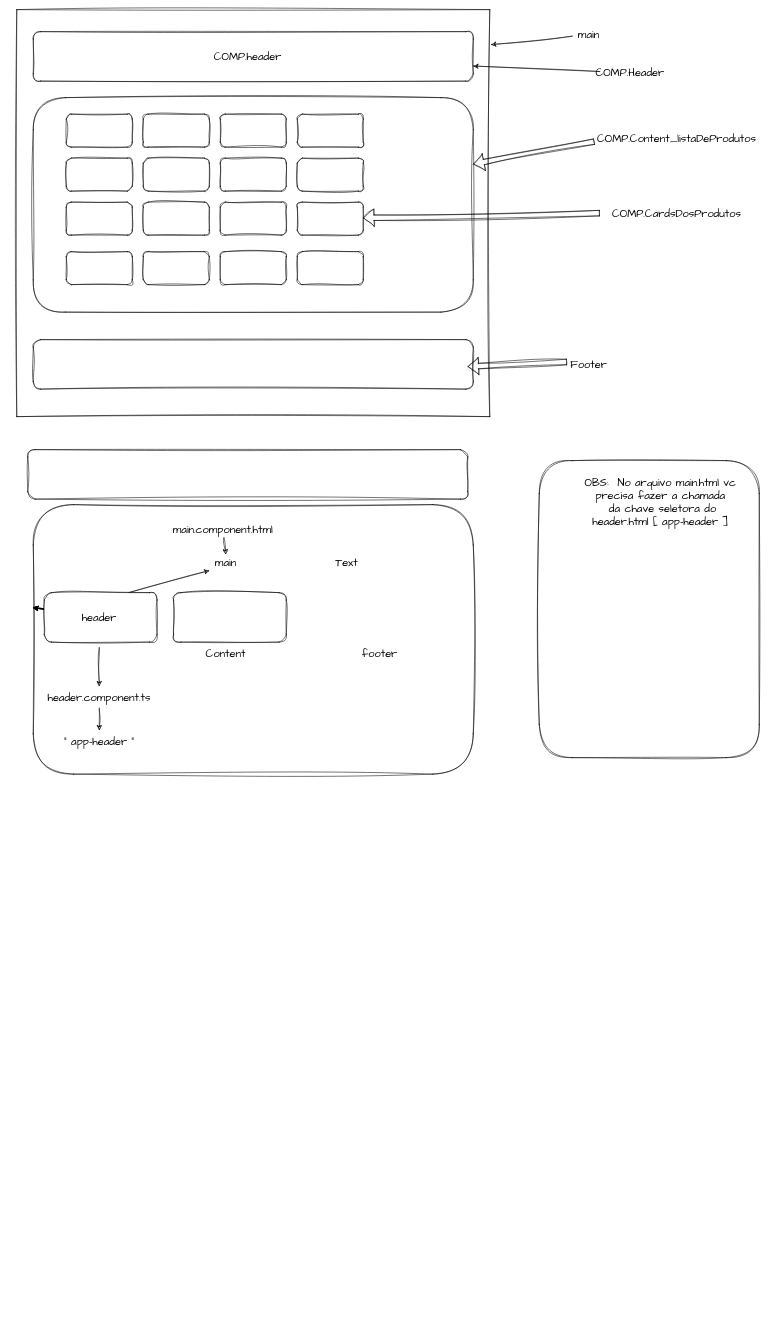
Earlier version of the draw.io diagram AeLModas/EsquemaDeCriacaoDeComponentes.drawio (AndreRaffoul/AtualizarPagina). Source tidied: cells renumbered, new cells numbered last; positions are measured from the earlier drawing's top-left corner, leaving out a move shared by most shapes. Both pictures are drawn from the tidied source at 55%, with x=0, y=0 at pixel (16, 9).
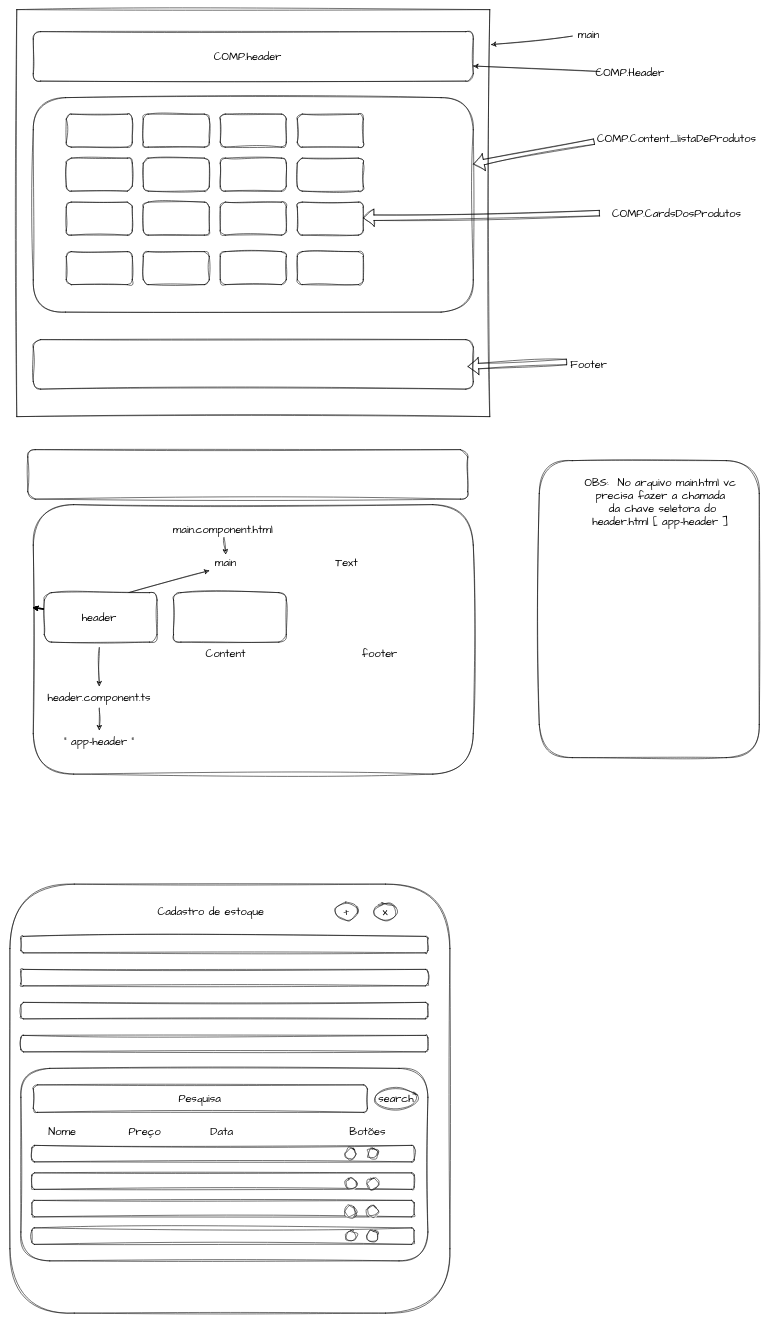
After the change.

What changed in the source:
```diff
@@
+    <mxCell id="56" style="rounded=1;whiteSpace=wrap;html=1;sketch=1;hachureGap=4;jiggle=2;curveFitting=1;fontFamily=Architects Daughter;fontSize=20;" parent="1" vertex="1">
+      <mxGeometry x="-12.5" y="1590" width="800" height="780" as="geometry" />
+    </mxCell>
@@
+    <mxCell id="57" style="rounded=1;whiteSpace=wrap;html=1;sketch=1;hachureGap=4;jiggle=2;curveFitting=1;fontFamily=Architects Daughter;fontSize=20;" parent="1" vertex="1">
+      <mxGeometry x="7.5" y="1685" width="740" height="30" as="geometry" />
+    </mxCell>
+    <mxCell id="58" style="rounded=1;whiteSpace=wrap;html=1;sketch=1;hachureGap=4;jiggle=2;curveFitting=1;fontFamily=Architects Daughter;fontSize=20;" parent="1" vertex="1">
+      <mxGeometry x="7.5" y="1745" width="740" height="30" as="geometry" />
+    </mxCell>
+    <mxCell id="59" style="rounded=1;whiteSpace=wrap;html=1;sketch=1;hachureGap=4;jiggle=2;curveFitting=1;fontFamily=Architects Daughter;fontSize=20;" parent="1" vertex="1">
+      <mxGeometry x="7.5" y="1865" width="740" height="30" as="geometry" />
+    </mxCell>
+    <mxCell id="60" style="rounded=1;whiteSpace=wrap;html=1;sketch=1;hachureGap=4;jiggle=2;curveFitting=1;fontFamily=Architects Daughter;fontSize=20;" parent="1" vertex="1">
+      <mxGeometry x="7.5" y="1805" width="740" height="30" as="geometry" />
+    </mxCell>
+    <mxCell id="61" value="Cadastro de estoque" style="text;html=1;strokeColor=none;fillColor=none;align=center;verticalAlign=middle;whiteSpace=wrap;rounded=0;sketch=1;hachureGap=4;jiggle=2;curveFitting=1;fontFamily=Architects Daughter;fontSize=20;" parent="1" vertex="1">
+      <mxGeometry x="202.5" y="1625" width="300" height="30" as="geometry" />
+    </mxCell>
+    <mxCell id="62" style="rounded=1;whiteSpace=wrap;html=1;sketch=1;hachureGap=4;jiggle=2;curveFitting=1;fontFamily=Architects Daughter;fontSize=20;" parent="1" vertex="1">
+      <mxGeometry x="7.5" y="1925" width="740" height="350" as="geometry" />
+    </mxCell>
+    <mxCell id="63" style="rounded=1;whiteSpace=wrap;html=1;sketch=1;hachureGap=4;jiggle=2;curveFitting=1;fontFamily=Architects Daughter;fontSize=20;" parent="1" vertex="1">
+      <mxGeometry x="27.5" y="2065" width="695" height="30" as="geometry" />
+    </mxCell>
+    <mxCell id="64" style="rounded=1;whiteSpace=wrap;html=1;sketch=1;hachureGap=4;jiggle=2;curveFitting=1;fontFamily=Architects Daughter;fontSize=20;" parent="1" vertex="1">
+      <mxGeometry x="27.5" y="2115" width="695" height="30" as="geometry" />
+    </mxCell>
+    <mxCell id="65" style="rounded=1;whiteSpace=wrap;html=1;sketch=1;hachureGap=4;jiggle=2;curveFitting=1;fontFamily=Architects Daughter;fontSize=20;" parent="1" vertex="1">
+      <mxGeometry x="27.5" y="2165" width="695" height="30" as="geometry" />
+    </mxCell>
+    <mxCell id="66" style="rounded=1;whiteSpace=wrap;html=1;sketch=1;hachureGap=4;jiggle=2;curveFitting=1;fontFamily=Architects Daughter;fontSize=20;" parent="1" vertex="1">
+      <mxGeometry x="27.5" y="2215" width="695" height="30" as="geometry" />
+    </mxCell>
+    <mxCell id="67" style="rounded=1;whiteSpace=wrap;html=1;sketch=1;hachureGap=4;jiggle=2;curveFitting=1;fontFamily=Architects Daughter;fontSize=20;" parent="1" vertex="1">
+      <mxGeometry x="30" y="1955" width="607.5" height="50" as="geometry" />
+    </mxCell>
+    <mxCell id="68" style="ellipse;whiteSpace=wrap;html=1;sketch=1;hachureGap=4;jiggle=2;curveFitting=1;fontFamily=Architects Daughter;fontSize=20;" parent="1" vertex="1">
+      <mxGeometry x="650" y="1960" width="80" height="40" as="geometry" />
+    </mxCell>
+    <mxCell id="69" value="Pesquisa" style="text;html=1;strokeColor=none;fillColor=none;align=center;verticalAlign=middle;whiteSpace=wrap;rounded=0;sketch=1;hachureGap=4;jiggle=2;curveFitting=1;fontFamily=Architects Daughter;fontSize=20;" parent="1" vertex="1">
+      <mxGeometry x="257.5" y="1965" width="150" height="30" as="geometry" />
+    </mxCell>
+    <mxCell id="70" style="ellipse;whiteSpace=wrap;html=1;sketch=1;hachureGap=4;jiggle=2;curveFitting=1;fontFamily=Architects Daughter;fontSize=20;" parent="1" vertex="1">
+      <mxGeometry x="580" y="1625" width="40" height="30" as="geometry" />
+    </mxCell>
+    <mxCell id="71" value="Nome" style="text;html=1;strokeColor=none;fillColor=none;align=center;verticalAlign=middle;whiteSpace=wrap;rounded=0;sketch=1;hachureGap=4;jiggle=2;curveFitting=1;fontFamily=Architects Daughter;fontSize=20;" parent="1" vertex="1">
+      <mxGeometry x="7.5" y="2025" width="150" height="30" as="geometry" />
+    </mxCell>
+    <mxCell id="72" value="Preço" style="text;html=1;strokeColor=none;fillColor=none;align=center;verticalAlign=middle;whiteSpace=wrap;rounded=0;sketch=1;hachureGap=4;jiggle=2;curveFitting=1;fontFamily=Architects Daughter;fontSize=20;" parent="1" vertex="1">
+      <mxGeometry x="157.5" y="2025" width="150" height="30" as="geometry" />
+    </mxCell>
+    <mxCell id="73" value="Data" style="text;html=1;strokeColor=none;fillColor=none;align=center;verticalAlign=middle;whiteSpace=wrap;rounded=0;sketch=1;hachureGap=4;jiggle=2;curveFitting=1;fontFamily=Architects Daughter;fontSize=20;" parent="1" vertex="1">
+      <mxGeometry x="297.5" y="2025" width="150" height="30" as="geometry" />
+    </mxCell>
+    <mxCell id="74" value="Botões" style="text;html=1;strokeColor=none;fillColor=none;align=center;verticalAlign=middle;whiteSpace=wrap;rounded=0;sketch=1;hachureGap=4;jiggle=2;curveFitting=1;fontFamily=Architects Daughter;fontSize=20;" parent="1" vertex="1">
+      <mxGeometry x="562.5" y="2025" width="150" height="30" as="geometry" />
+    </mxCell>
+    <mxCell id="75" style="ellipse;whiteSpace=wrap;html=1;sketch=1;hachureGap=4;jiggle=2;curveFitting=1;fontFamily=Architects Daughter;fontSize=20;" parent="1" vertex="1">
+      <mxGeometry x="597.5" y="2070" width="20" height="20" as="geometry" />
+    </mxCell>
+    <mxCell id="76" style="ellipse;whiteSpace=wrap;html=1;sketch=1;hachureGap=4;jiggle=2;curveFitting=1;fontFamily=Architects Daughter;fontSize=20;" parent="1" vertex="1">
+      <mxGeometry x="637.5" y="2070" width="20" height="20" as="geometry" />
+    </mxCell>
+    <mxCell id="77" style="ellipse;whiteSpace=wrap;html=1;sketch=1;hachureGap=4;jiggle=2;curveFitting=1;fontFamily=Architects Daughter;fontSize=20;" parent="1" vertex="1">
+      <mxGeometry x="637.5" y="2125" width="20" height="20" as="geometry" />
+    </mxCell>
+    <mxCell id="78" style="ellipse;whiteSpace=wrap;html=1;sketch=1;hachureGap=4;jiggle=2;curveFitting=1;fontFamily=Architects Daughter;fontSize=20;" parent="1" vertex="1">
+      <mxGeometry x="597.5" y="2125" width="20" height="20" as="geometry" />
+    </mxCell>
+    <mxCell id="79" style="ellipse;whiteSpace=wrap;html=1;sketch=1;hachureGap=4;jiggle=2;curveFitting=1;fontFamily=Architects Daughter;fontSize=20;" parent="1" vertex="1">
+      <mxGeometry x="637.5" y="2175" width="20" height="20" as="geometry" />
+    </mxCell>
+    <mxCell id="80" style="ellipse;whiteSpace=wrap;html=1;sketch=1;hachureGap=4;jiggle=2;curveFitting=1;fontFamily=Architects Daughter;fontSize=20;" parent="1" vertex="1">
+      <mxGeometry x="597.5" y="2175" width="20" height="20" as="geometry" />
+    </mxCell>
+    <mxCell id="81" style="ellipse;whiteSpace=wrap;html=1;sketch=1;hachureGap=4;jiggle=2;curveFitting=1;fontFamily=Architects Daughter;fontSize=20;" parent="1" vertex="1">
+      <mxGeometry x="637.5" y="2220" width="20" height="20" as="geometry" />
+    </mxCell>
+    <mxCell id="82" style="ellipse;whiteSpace=wrap;html=1;sketch=1;hachureGap=4;jiggle=2;curveFitting=1;fontFamily=Architects Daughter;fontSize=20;" parent="1" vertex="1">
+      <mxGeometry x="597.5" y="2220" width="20" height="20" as="geometry" />
+    </mxCell>
+    <mxCell id="83" style="ellipse;whiteSpace=wrap;html=1;sketch=1;hachureGap=4;jiggle=2;curveFitting=1;fontFamily=Architects Daughter;fontSize=20;" parent="1" vertex="1">
+      <mxGeometry x="650" y="1625" width="40" height="30" as="geometry" />
+    </mxCell>
+    <mxCell id="84" value="+" style="text;html=1;strokeColor=none;fillColor=none;align=center;verticalAlign=middle;whiteSpace=wrap;rounded=0;sketch=1;hachureGap=4;jiggle=2;curveFitting=1;fontFamily=Architects Daughter;fontSize=20;" parent="1" vertex="1">
+      <mxGeometry x="570" y="1625" width="60" height="30" as="geometry" />
+    </mxCell>
+    <mxCell id="85" value="x" style="text;html=1;strokeColor=none;fillColor=none;align=center;verticalAlign=middle;whiteSpace=wrap;rounded=0;sketch=1;hachureGap=4;jiggle=2;curveFitting=1;fontFamily=Architects Daughter;fontSize=20;" parent="1" vertex="1">
+      <mxGeometry x="640" y="1625" width="60" height="30" as="geometry" />
+    </mxCell>
+    <mxCell id="86" value="search" style="text;html=1;strokeColor=none;fillColor=none;align=center;verticalAlign=middle;whiteSpace=wrap;rounded=0;sketch=1;hachureGap=4;jiggle=2;curveFitting=1;fontFamily=Architects Daughter;fontSize=20;" parent="1" vertex="1">
+      <mxGeometry x="660" y="1965" width="60" height="30" as="geometry" />
+    </mxCell>
```
